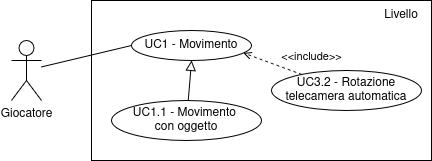
The draw.io diagram Documentazione/source/imgs/uc-movimento.png in fliposab/ProgettoStage, before a commit. Source tidied: cells renumbered, new cells last; positions are measured from the earlier drawing's top-left corner, leaving out a move shared by most shapes.
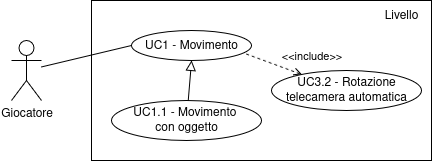
The same diagram one commit later.

Change to the diagram source:
```diff
@@ -26,7 +26,7 @@
     <mxCell id="9" value="&lt;div&gt;UC3.2 - Rotazione&lt;/div&gt;&lt;div&gt;telecamera automatica&lt;/div&gt;" style="ellipse;whiteSpace=wrap;html=1;" parent="1" vertex="1">
       <mxGeometry x="260" y="70" width="150" height="40" as="geometry" />
     </mxCell>
-    <mxCell id="10" style="rounded=0;jettySize=auto;html=1;entryX=0.932;entryY=0.747;entryDx=0;entryDy=0;entryPerimeter=0;endArrow=open;endFill=0;dashed=1;" parent="1" edge="1" source="9" target="5">
+    <mxCell id="10" style="rounded=0;jettySize=auto;html=1;entryX=0.932;entryY=0.747;entryDx=0;entryDy=0;entryPerimeter=0;endArrow=none;endFill=0;dashed=1;startArrow=open;startFill=0;" parent="1" edge="1" source="9" target="5">
       <mxGeometry relative="1" as="geometry" />
     </mxCell>
     <mxCell id="11" value="&amp;lt;&amp;lt;include&amp;gt;&amp;gt;" style="edgeLabel;html=1;align=center;verticalAlign=middle;labelBackgroundColor=none;" parent="10" vertex="1">
```
